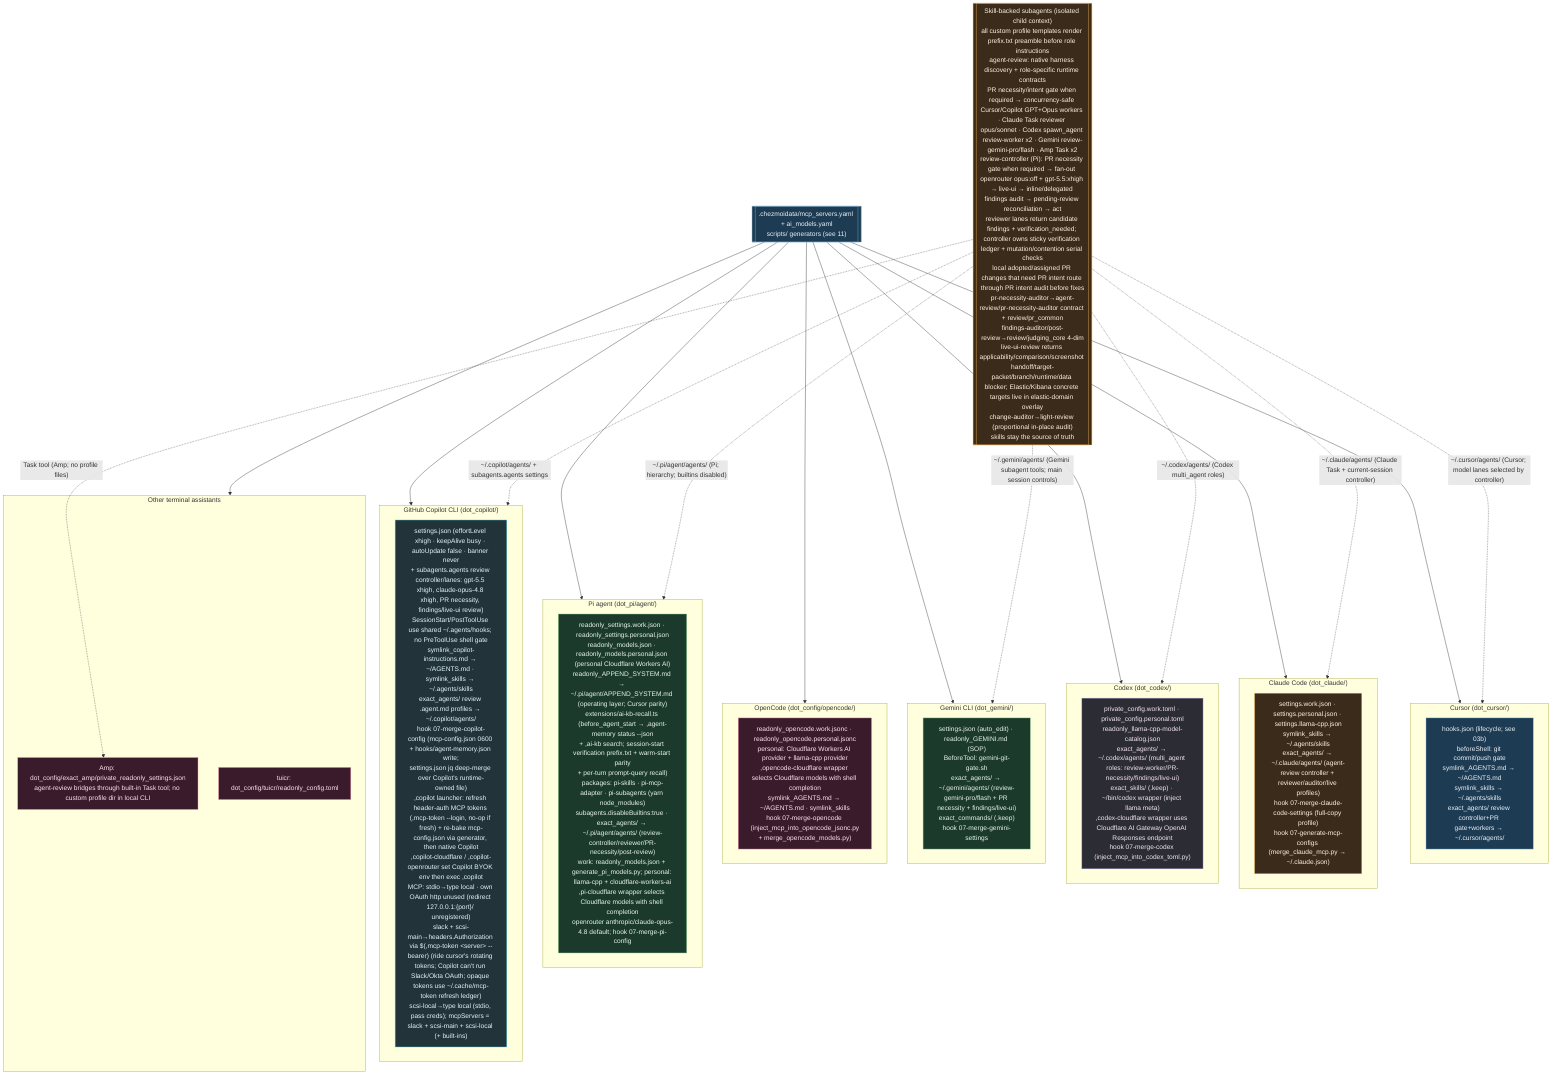
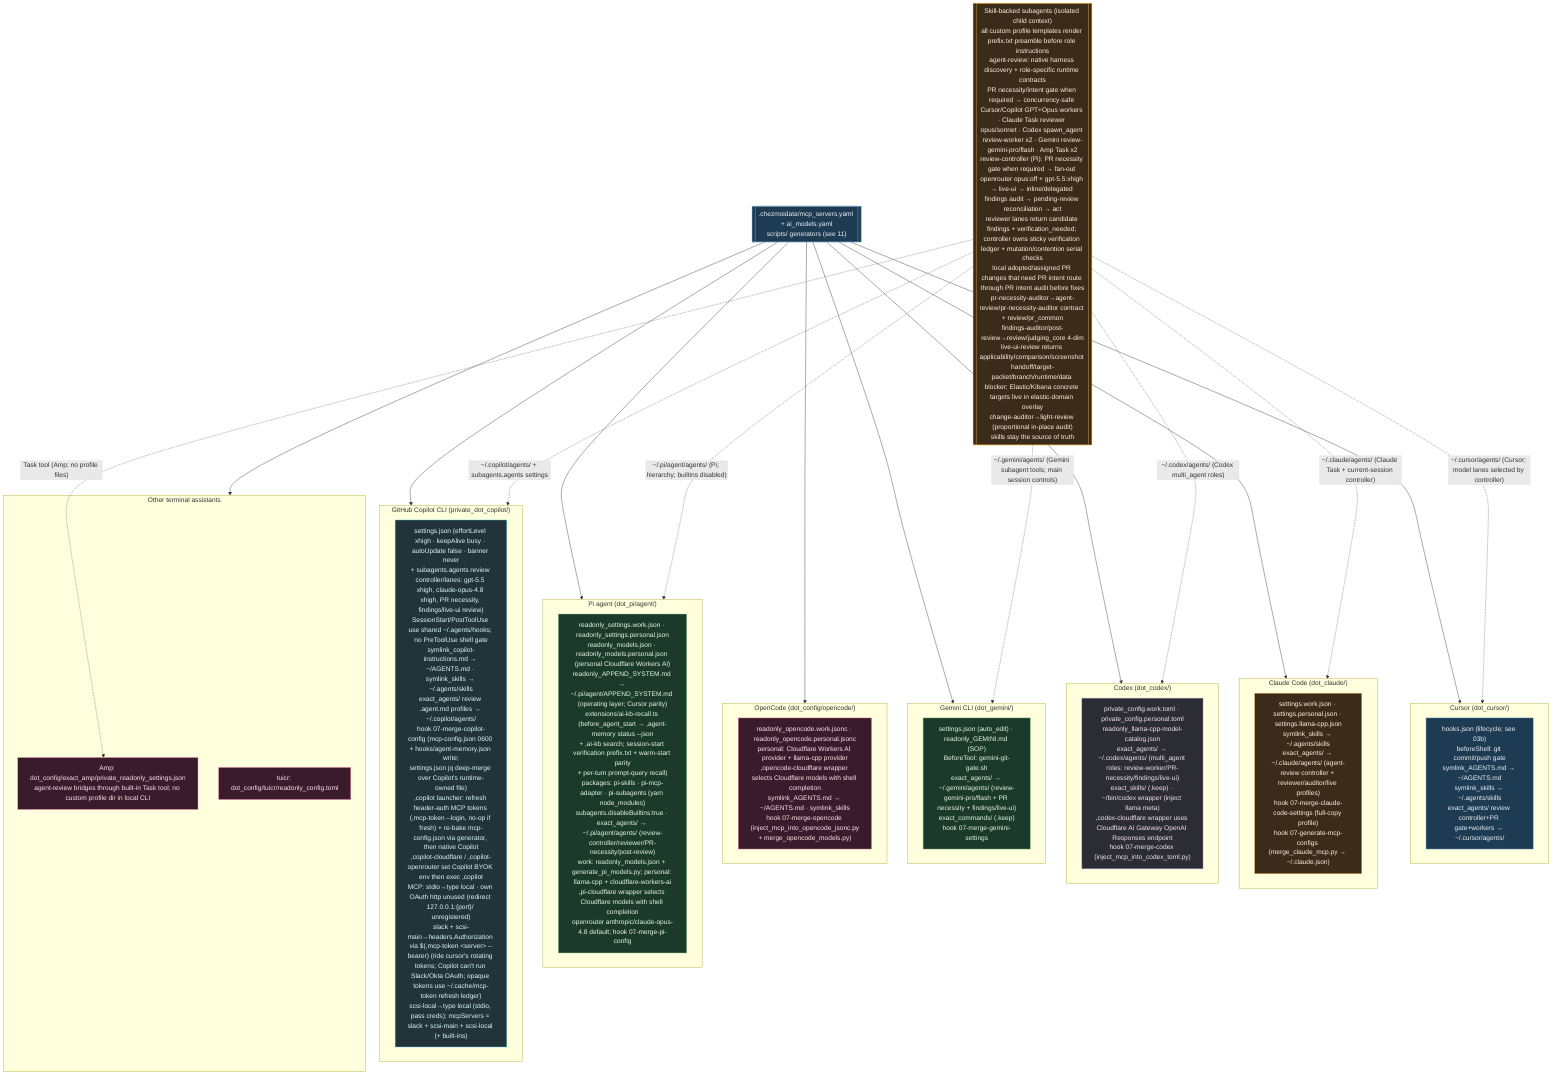
%% ============================================================================
%% 12-ai-tool-configs.mmd — Every per-tool AI config file in home/.
%% Pattern: source carries .work + .personal variants; a 07-merge-* hook picks
%% by isWork and merges generated MCP/model blocks into the live config.
%% ============================================================================
flowchart TB
    classDef cursor fill:#1d3b53,stroke:#7fb3d5,color:#eaf2f8;
    classDef claude fill:#3a2b1b,stroke:#ffb74d,color:#fff3e0;
    classDef codex fill:#2c2c34,stroke:#b39ddb,color:#f3e5f5;
    classDef gem fill:#1b3a2b,stroke:#81c784,color:#e8f5e9;
    classDef oc fill:#3a1b2b,stroke:#f48fb1,color:#fce4ec;
    classDef cop fill:#22343a,stroke:#4dd0e1,color:#e0f7fa;

    subgraph CURSOR["Cursor (dot_cursor/)"]
        CU["hooks.json (lifecycle; see 03b)<br/>beforeShell: git commit/push gate<br/>symlink_AGENTS.md → ~/AGENTS.md<br/>symlink_skills → ~/.agents/skills<br/>exact_agents/ review controller+PR gate+workers → ~/.cursor/agents/"]:::cursor
    end

    subgraph CLAUDE["Claude Code (dot_claude/)"]
        CLD["settings.work.json · settings.personal.json · settings.llama-cpp.json<br/>symlink_skills → ~/.agents/skills<br/>exact_agents/ → ~/.claude/agents/ (agent-review controller + reviewer/auditor/live profiles)<br/>hook 07-merge-claude-code-settings (full-copy profile)<br/>hook 07-generate-mcp-configs (merge_claude_mcp.py → ~/.claude.json)"]:::claude
    end

    subgraph CODEX["Codex (dot_codex/)"]
        CDX["private_config.work.toml · private_config.personal.toml<br/>readonly_llama-cpp-model-catalog.json<br/>exact_agents/ → ~/.codex/agents/ (multi_agent roles: review-worker/PR-necessity/findings/live-ui)<br/>exact_skills/ (.keep) · ~/bin/codex wrapper (inject llama meta)<br/>,codex-cloudflare wrapper uses Cloudflare AI Gateway OpenAI Responses endpoint<br/>hook 07-merge-codex (inject_mcp_into_codex_toml.py)"]:::codex
    end

    subgraph GEMINI["Gemini CLI (dot_gemini/)"]
        GMN["settings.json (auto_edit) · readonly_GEMINI.md (SOP)<br/>BeforeTool: gemini-git-gate.sh<br/>exact_agents/ → ~/.gemini/agents/ (review-gemini-pro/flash + PR necessity + findings/live-ui)<br/>exact_commands/ (.keep)<br/>hook 07-merge-gemini-settings"]:::gem
    end

    subgraph OPENCODE["OpenCode (dot_config/opencode/)"]
        OPC["readonly_opencode.work.jsonc · readonly_opencode.personal.jsonc<br/>personal: Cloudflare Workers AI provider + llama-cpp provider<br/>,opencode-cloudflare wrapper selects Cloudflare models with shell completion<br/>symlink_AGENTS.md → ~/AGENTS.md · symlink_skills<br/>hook 07-merge-opencode (inject_mcp_into_opencode_jsonc.py<br/>+ merge_opencode_models.py)"]:::oc
    end

    subgraph PI["Pi agent (dot_pi/agent/)"]
        PIA["readonly_settings.work.json · readonly_settings.personal.json<br/>readonly_models.json · readonly_models.personal.json (personal Cloudflare Workers AI)<br/>readonly_APPEND_SYSTEM.md → ~/.pi/agent/APPEND_SYSTEM.md (operating layer; Cursor parity)<br/>extensions/ai-kb-recall.ts (before_agent_start → ,agent-memory status --json<br/>+ ,ai-kb search; session-start verification prefix.txt + warm-start parity<br/>+ per-turn prompt-query recall)<br/>packages: pi-skills · pi-mcp-adapter · pi-subagents (yarn node_modules)<br/>subagents.disableBuiltins:true · exact_agents/ → ~/.pi/agent/agents/ (review-controller/reviewer/PR-necessity/post-review)<br/>work: readonly_models.json + generate_pi_models.py; personal: llama-cpp + cloudflare-workers-ai<br/>,pi-cloudflare wrapper selects Cloudflare models with shell completion<br/>openrouter anthropic/claude-opus-4.8 default; hook 07-merge-pi-config"]:::gem
    end

-     subgraph COPILOT["GitHub Copilot CLI (dot_copilot/)"]
+     subgraph COPILOT["GitHub Copilot CLI (private_dot_copilot/)"]
        COP["settings.json (effortLevel xhigh · keepAlive busy · autoUpdate false · banner never<br/>+ subagents.agents review controller/lanes: gpt-5.5 xhigh, claude-opus-4.8 xhigh, PR necessity, findings/live-ui review)<br/>SessionStart/PostToolUse use shared ~/.agents/hooks; no PreToolUse shell gate<br/>symlink_copilot-instructions.md → ~/AGENTS.md · symlink_skills → ~/.agents/skills<br/>exact_agents/ review .agent.md profiles → ~/.copilot/agents/<br/>hook 07-merge-copilot-config (mcp-config.json 0600 + hooks/agent-memory.json write;<br/>settings.json jq deep-merge over Copilot's runtime-owned file)<br/>,copilot launcher: refresh header-auth MCP tokens (,mcp-token --login, no-op if fresh) + re-bake mcp-config.json via generator, then native Copilot<br/>,copilot-cloudflare / ,copilot-openrouter set Copilot BYOK env then exec ,copilot<br/>MCP: stdio→type local · own OAuth http unused (redirect 127.0.0.1:{port}/ unregistered)<br/>slack + scsi-main→headers.Authorization via $(,mcp-token &lt;server&gt; --bearer) (ride cursor's rotating tokens; Copilot can't run Slack/Okta OAuth; opaque tokens use ~/.cache/mcp-token refresh ledger)<br/>scsi-local→type local (stdio, pass creds); mcpServers = slack + scsi-main + scsi-local (+ built-ins)"]:::cop
    end

    subgraph OTHER["Other terminal assistants"]
        AMP["Amp: dot_config/exact_amp/private_readonly_settings.json<br/>agent-review bridges through built-in Task tool; no custom profile dir in local CLI"]:::oc
        TUI["tuicr: dot_config/tuicr/readonly_config.toml"]:::oc
    end

    REG[[".chezmoidata/mcp_servers.yaml + ai_models.yaml<br/>scripts/ generators (see 11)"]]:::cursor
    REG --> CURSOR & CLAUDE & CODEX & GEMINI & OPENCODE & PI & COPILOT & OTHER

    SUBA[["Skill-backed subagents (isolated child context)<br/>all custom profile templates render prefix.txt preamble before role instructions<br/>agent-review: native harness discovery + role-specific runtime contracts<br/>PR necessity/intent gate when required → concurrency-safe Cursor/Copilot GPT+Opus workers · Claude Task reviewer opus/sonnet · Codex spawn_agent review-worker x2 · Gemini review-gemini-pro/flash · Amp Task x2<br/>review-controller (Pi): PR necessity gate when required → fan-out openrouter opus:off + gpt-5.5:xhigh → live-ui → inline/delegated findings audit → pending-review reconciliation → act<br/>reviewer lanes return candidate findings + verification_needed; controller owns sticky verification ledger + mutation/contention serial checks<br/>local adopted/assigned PR changes that need PR intent route through PR intent audit before fixes<br/>pr-necessity-auditor→agent-review/pr-necessity-auditor contract + review/pr_common<br/>findings-auditor/post-review→review/judging_core 4-dim<br/>live-ui-review returns applicability/comparison/screenshot handoff/target-packet/branch/runtime/data blocker; Elastic/Kibana concrete targets live in elastic-domain overlay<br/>change-auditor→light-review (proportional in-place audit)<br/>skills stay the source of truth"]]:::claude
    SUBA -.->|"~/.cursor/agents/ (Cursor; model lanes selected by controller)"| CURSOR
    SUBA -.->|"~/.copilot/agents/ + subagents.agents settings"| COPILOT
    SUBA -.->|"~/.claude/agents/ (Claude Task + current-session controller)"| CLAUDE
    SUBA -.->|"~/.codex/agents/ (Codex multi_agent roles)"| CODEX
    SUBA -.->|"~/.gemini/agents/ (Gemini subagent tools; main session controls)"| GEMINI
    SUBA -.->|"Task tool (Amp; no profile files)"| AMP
    SUBA -.->|"~/.pi/agent/agents/ (Pi; hierarchy; builtins disabled)"| PI
